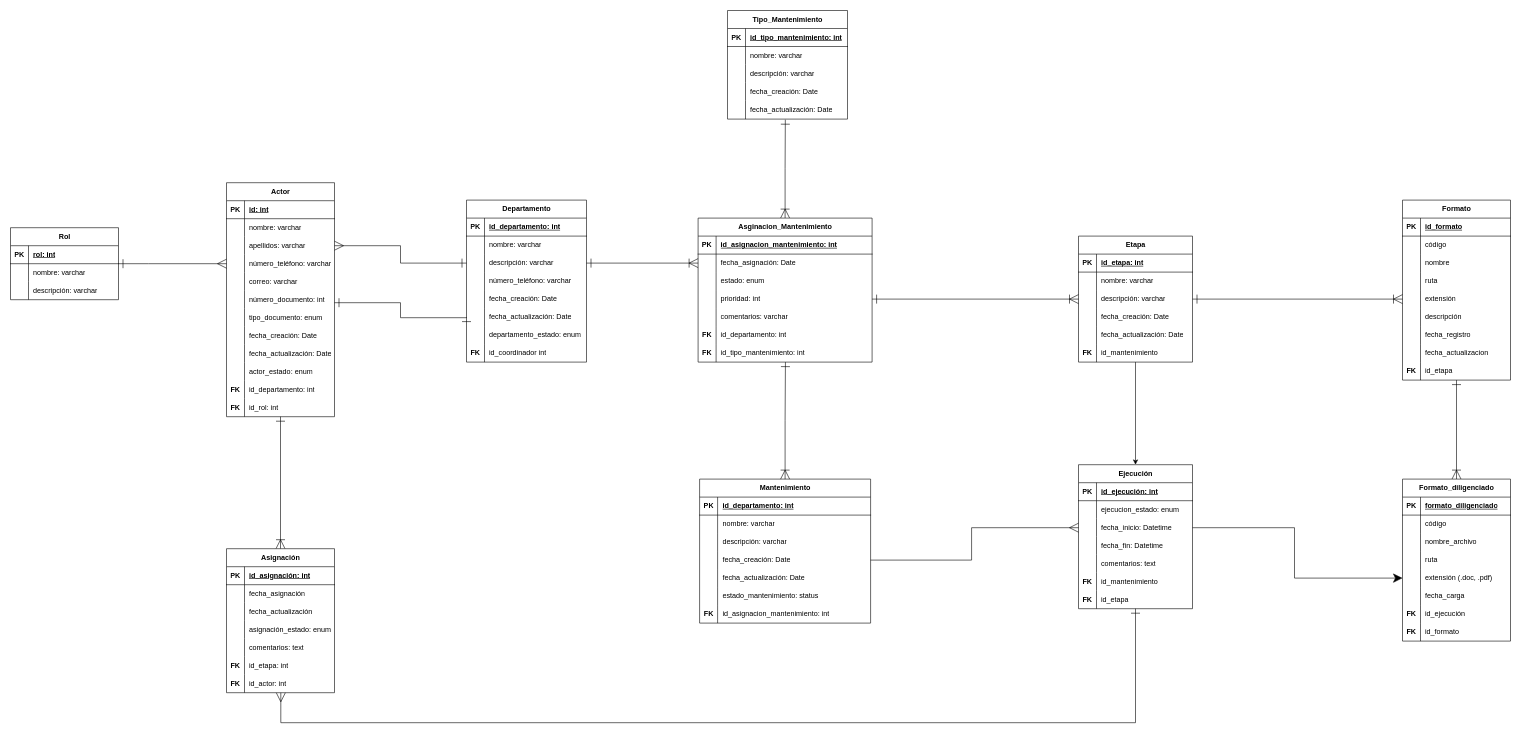
Above: Relational model.drawio in DevKike/maintenance_management_system (draw.io), before the change. Source tidied: cells renumbered, new cells numbered last; positions are measured from the earlier drawing's top-left corner, leaving out a move shared by most shapes. Both pictures are drawn from the tidied source at 60%, with x=0, y=0 at pixel (10, 10).
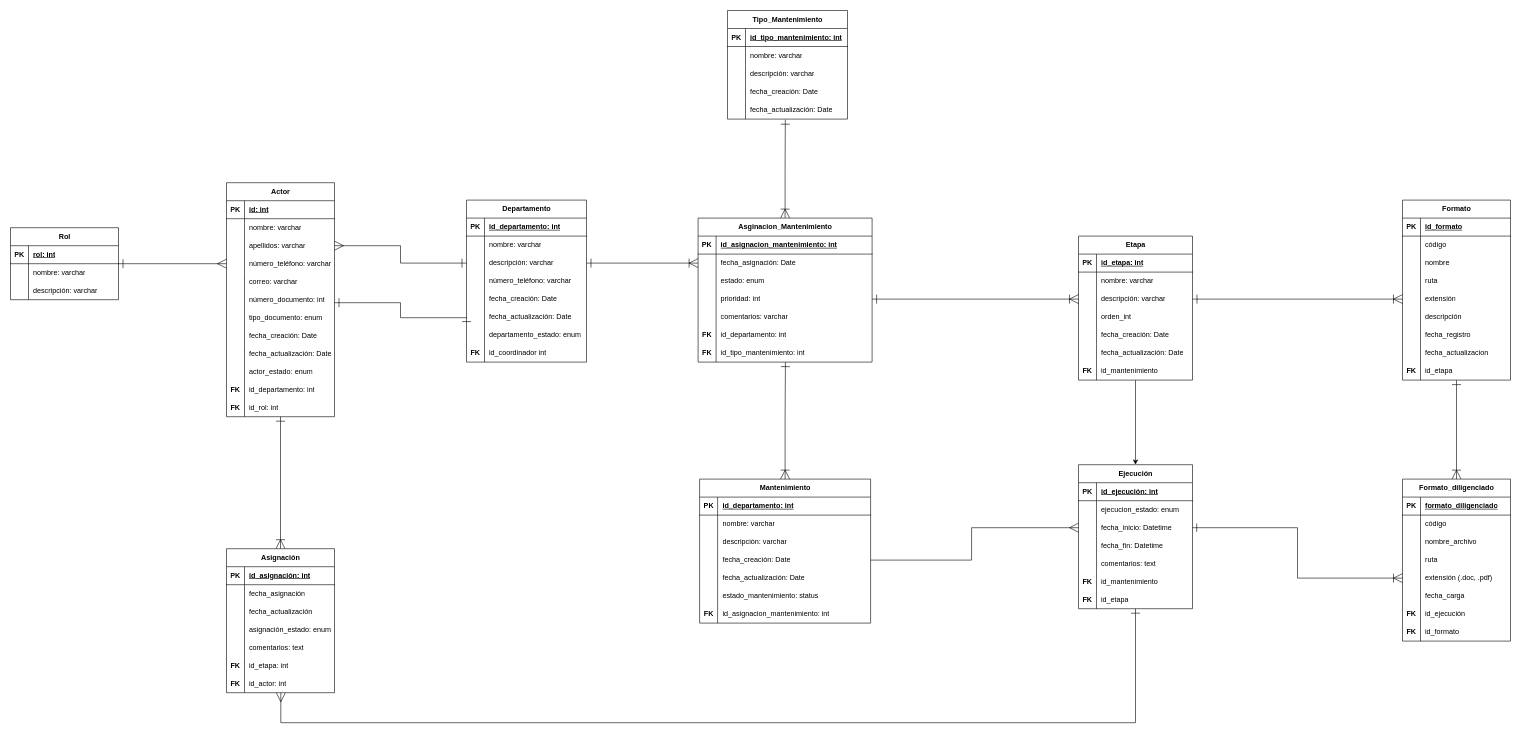
Above is the later version.

The change refers to these unchanged cells:
```xml
<mxCell id="52" style="shape=tableRow;horizontal=0;startSize=0;swimlaneHead=0;swimlaneBody=0;fillColor=none;top=0;left=0;right=0;bottom=0;" parent="42" vertex="1">
  <mxGeometry y="120" width="190" height="30" as="geometry" />
</mxCell>
<mxCell id="205" style="shape=tableRow;horizontal=0;startSize=0;swimlaneHead=0;swimlaneBody=0;fillColor=none;points=[[0,0.5],[1,0.5]];portConstraint=eastwest;top=0;left=0;right=0;bottom=0;" parent="192" vertex="1">
  <mxGeometry y="150" width="180" height="30" as="geometry" />
</mxCell>
<mxCell id="247" style="shape=tableRow;horizontal=0;startSize=0;swimlaneHead=0;swimlaneBody=0;fillColor=none;points=[[0,0.5],[1,0.5]];portConstraint=eastwest;top=0;left=0;right=0;bottom=0;" parent="240" vertex="1">
  <mxGeometry y="90" width="190" height="30" as="geometry" />
</mxCell>
```

What changed in the source:
```diff
@@
     <mxCell id="42" value="Etapa" style="shape=table;startSize=30;childLayout=tableLayout;rowLines=0;fontStyle=1;align=center;html=1;" parent="1" vertex="1">
-      <mxGeometry x="1780" y="376" width="190" height="210" as="geometry" />
+      <mxGeometry x="1780" y="376" width="190" height="240" as="geometry" />
     </mxCell>
@@
-    <mxCell id="54" value="fecha_creación: Date" style="shape=partialRectangle;fillColor=none;top=0;left=0;bottom=0;right=0;align=left;spacingLeft=6;overflow=hidden;whiteSpace=wrap;html=1;" parent="52" vertex="1">
+    <mxCell id="54" value="orden_int" style="shape=partialRectangle;fillColor=none;top=0;left=0;bottom=0;right=0;align=left;spacingLeft=6;overflow=hidden;whiteSpace=wrap;html=1;" parent="52" vertex="1">
       <mxGeometry x="30" width="160" height="30" as="geometry" />
     </mxCell>
+    <mxCell id="264" style="shape=tableRow;horizontal=0;startSize=0;swimlaneHead=0;swimlaneBody=0;fillColor=none;top=0;left=0;right=0;bottom=0;" parent="42" vertex="1">
+      <mxGeometry y="150" width="190" height="30" as="geometry" />
+    </mxCell>
+    <mxCell id="265" style="shape=partialRectangle;fillColor=none;top=0;left=0;bottom=0;right=0;overflow=hidden;whiteSpace=wrap;html=1;" parent="264" vertex="1">
+      <mxGeometry width="30" height="30" as="geometry" />
+    </mxCell>
+    <mxCell id="266" value="fecha_creación: Date" style="shape=partialRectangle;fillColor=none;top=0;left=0;bottom=0;right=0;align=left;spacingLeft=6;overflow=hidden;whiteSpace=wrap;html=1;" parent="264" vertex="1">
+      <mxGeometry x="30" width="160" height="30" as="geometry" />
+    </mxCell>
     <mxCell id="55" style="shape=tableRow;horizontal=0;startSize=0;swimlaneHead=0;swimlaneBody=0;fillColor=none;top=0;left=0;right=0;bottom=0;" parent="42" vertex="1">
-      <mxGeometry y="150" width="190" height="30" as="geometry" />
+      <mxGeometry y="180" width="190" height="30" as="geometry" />
     </mxCell>
@@
     <mxCell id="58" style="shape=tableRow;horizontal=0;startSize=0;swimlaneHead=0;swimlaneBody=0;fillColor=none;top=0;left=0;right=0;bottom=0;" parent="42" vertex="1">
-      <mxGeometry y="180" width="190" height="30" as="geometry" />
+      <mxGeometry y="210" width="190" height="30" as="geometry" />
     </mxCell>
@@
-    <mxCell id="263" style="edgeStyle=orthogonalEdgeStyle;rounded=0;jettySize=auto;html=1;entryX=0;entryY=0.5;entryDx=0;entryDy=0;endSize=13;startSize=13;" parent="1" edge="1" source="247" target="205">
+    <mxCell id="263" style="edgeStyle=orthogonalEdgeStyle;rounded=0;jettySize=auto;html=1;entryX=0;entryY=0.5;entryDx=0;entryDy=0;endSize=13;startSize=12;endArrow=ERoneToMany;endFill=0;startArrow=ERone;startFill=0;" parent="1" edge="1" source="247" target="205">
       <mxGeometry relative="1" as="geometry" />
     </mxCell>
```
